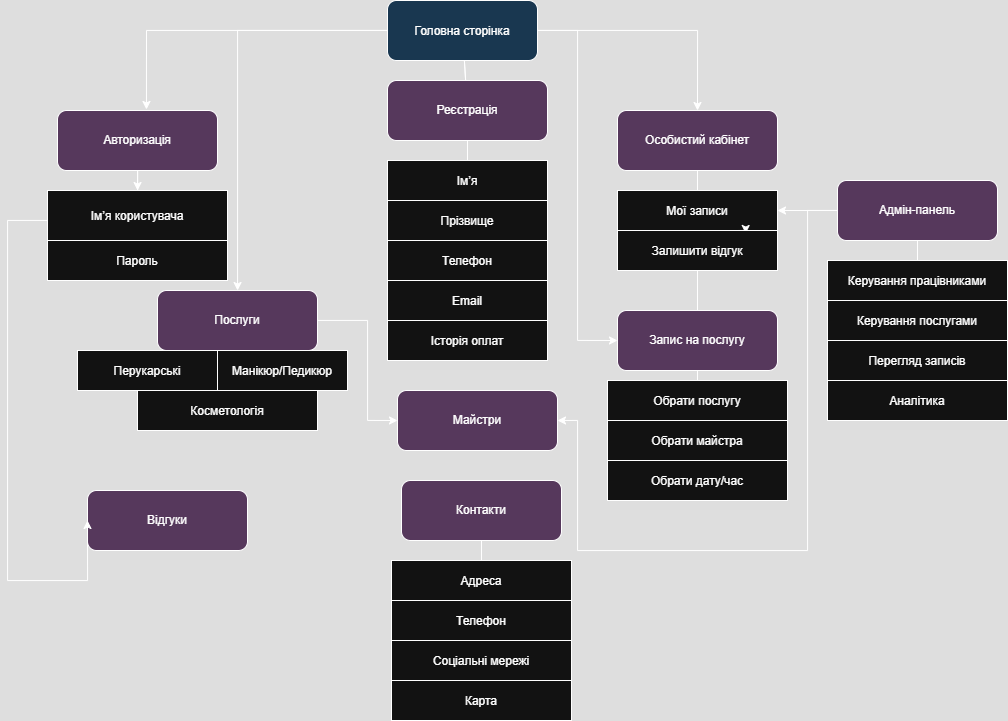
Above: salon_site_map_photo.drawio.png in MarychYulia/Information-system-for-a-beauty-salon. (draw.io), before the change. Source tidied: cells renumbered, new cells last; positions are measured from the earlier drawing's top-left corner, leaving out a move shared by most shapes.
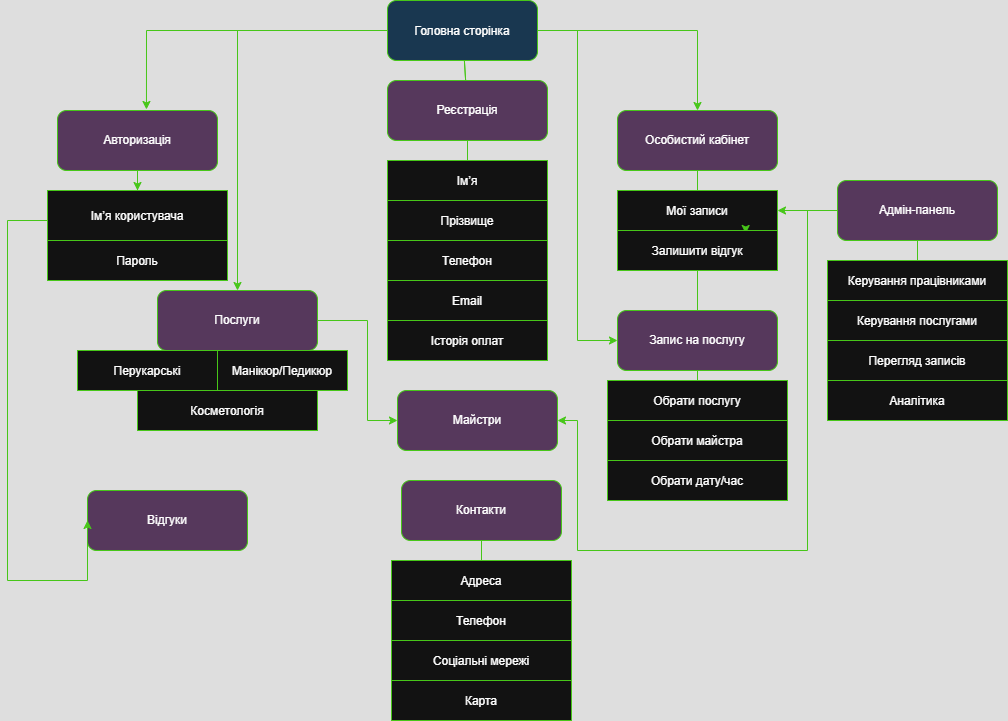
Later version of the same file.

What changed in the source:
```diff
@@ -2,22 +2,22 @@
   <root>
     <mxCell id="0" />
     <mxCell id="1" parent="0" />
-    <mxCell id="2" style="edgeStyle=orthogonalEdgeStyle;rounded=0;jettySize=auto;html=1;" parent="1" edge="1" source="6" target="8">
+    <mxCell id="2" style="edgeStyle=orthogonalEdgeStyle;rounded=0;jettySize=auto;html=1;strokeColor=light-dark(#000000,#47C619);" parent="1" edge="1" source="6" target="8">
       <mxGeometry relative="1" as="geometry" />
     </mxCell>
-    <mxCell id="3" style="edgeStyle=orthogonalEdgeStyle;rounded=0;jettySize=auto;html=1;entryX=0;entryY=0.5;entryDx=0;entryDy=0;" parent="1" edge="1" source="6" target="46">
+    <mxCell id="3" style="edgeStyle=orthogonalEdgeStyle;rounded=0;jettySize=auto;html=1;entryX=0;entryY=0.5;entryDx=0;entryDy=0;strokeColor=light-dark(#000000,#47C619);" parent="1" edge="1" source="6" target="46">
       <mxGeometry relative="1" as="geometry" />
     </mxCell>
-    <mxCell id="4" style="edgeStyle=orthogonalEdgeStyle;rounded=0;jettySize=auto;html=1;entryX=0.5;entryY=0;entryDx=0;entryDy=0;" parent="1" edge="1" source="6" target="14">
+    <mxCell id="4" style="edgeStyle=orthogonalEdgeStyle;rounded=0;jettySize=auto;html=1;entryX=0.5;entryY=0;entryDx=0;entryDy=0;strokeColor=light-dark(#000000,#47C619);" parent="1" edge="1" source="6" target="14">
       <mxGeometry relative="1" as="geometry" />
     </mxCell>
-    <mxCell id="5" style="edgeStyle=orthogonalEdgeStyle;rounded=0;jettySize=auto;html=1;entryX=0.556;entryY=-0.017;entryDx=0;entryDy=0;entryPerimeter=0;" parent="1" edge="1" source="6" target="12">
+    <mxCell id="5" style="edgeStyle=orthogonalEdgeStyle;rounded=0;jettySize=auto;html=1;entryX=0.556;entryY=-0.017;entryDx=0;entryDy=0;entryPerimeter=0;strokeColor=light-dark(#000000,#47C619);" parent="1" edge="1" source="6" target="12">
       <mxGeometry relative="1" as="geometry" />
     </mxCell>
-    <mxCell id="6" value="Головна сторінка" style="rounded=1;fillColor=#BBDEFB;" parent="1" vertex="1">
+    <mxCell id="6" value="Головна сторінка" style="rounded=1;fillColor=#BBDEFB;strokeColor=light-dark(#000000,#47C619);" parent="1" vertex="1">
       <mxGeometry x="380" width="150" height="60" as="geometry" />
     </mxCell>
-    <mxCell id="7" style="edgeStyle=orthogonalEdgeStyle;rounded=0;jettySize=auto;html=1;entryX=0;entryY=0.5;entryDx=0;entryDy=0;" parent="1" edge="1" source="8" target="9">
+    <mxCell id="7" style="edgeStyle=orthogonalEdgeStyle;rounded=0;jettySize=auto;html=1;entryX=0;entryY=0.5;entryDx=0;entryDy=0;strokeColor=light-dark(#000000,#47C619);" parent="1" edge="1" source="8" target="9">
       <mxGeometry relative="1" as="geometry">
         <Array as="points">
           <mxPoint x="360" y="320" />
@@ -25,28 +25,28 @@
         </Array>
       </mxGeometry>
     </mxCell>
-    <mxCell id="8" value="Послуги" style="rounded=1;whiteSpace=wrap;html=1;fillColor=#E1BEE7;" parent="1" vertex="1">
+    <mxCell id="8" value="Послуги" style="rounded=1;whiteSpace=wrap;html=1;fillColor=#E1BEE7;strokeColor=light-dark(#000000,#47C619);" parent="1" vertex="1">
       <mxGeometry x="150" y="290" width="160" height="60" as="geometry" />
     </mxCell>
-    <mxCell id="9" value="Майстри" style="rounded=1;whiteSpace=wrap;html=1;fillColor=#E1BEE7;" parent="1" vertex="1">
+    <mxCell id="9" value="Майстри" style="rounded=1;whiteSpace=wrap;html=1;fillColor=#E1BEE7;strokeColor=light-dark(#000000,#47C619);" parent="1" vertex="1">
       <mxGeometry x="390" y="390" width="160" height="60" as="geometry" />
     </mxCell>
-    <mxCell id="10" value="Відгуки" style="rounded=1;whiteSpace=wrap;html=1;fillColor=#E1BEE7;" parent="1" vertex="1">
+    <mxCell id="10" value="Відгуки" style="rounded=1;whiteSpace=wrap;html=1;fillColor=#E1BEE7;strokeColor=light-dark(#000000,#47C619);" parent="1" vertex="1">
       <mxGeometry x="80" y="490" width="160" height="60" as="geometry" />
     </mxCell>
-    <mxCell id="11" style="edgeStyle=orthogonalEdgeStyle;rounded=0;jettySize=auto;html=1;" parent="1" edge="1" source="12" target="50">
+    <mxCell id="11" style="edgeStyle=orthogonalEdgeStyle;rounded=0;jettySize=auto;html=1;strokeColor=light-dark(#000000,#47C619);" parent="1" edge="1" source="12" target="50">
       <mxGeometry relative="1" as="geometry" />
     </mxCell>
-    <mxCell id="12" value="Авторизація" style="rounded=1;whiteSpace=wrap;html=1;fillColor=#E1BEE7;" parent="1" vertex="1">
+    <mxCell id="12" value="Авторизація" style="rounded=1;whiteSpace=wrap;html=1;fillColor=#E1BEE7;strokeColor=light-dark(#000000,#47C619);" parent="1" vertex="1">
       <mxGeometry x="50" y="110" width="160" height="60" as="geometry" />
     </mxCell>
-    <mxCell id="13" style="endArrow=none;" parent="1" edge="1" source="6" target="52">
+    <mxCell id="13" style="endArrow=none;strokeColor=light-dark(#000000,#47C619);" parent="1" edge="1" source="6" target="52">
       <mxGeometry relative="1" as="geometry" />
     </mxCell>
-    <mxCell id="14" value="Особистий кабінет" style="rounded=1;whiteSpace=wrap;html=1;fillColor=#E1BEE7;" parent="1" vertex="1">
+    <mxCell id="14" value="Особистий кабінет" style="rounded=1;whiteSpace=wrap;html=1;fillColor=#E1BEE7;strokeColor=light-dark(#000000,#47C619);" parent="1" vertex="1">
       <mxGeometry x="610" y="110" width="160" height="60" as="geometry" />
     </mxCell>
-    <mxCell id="15" style="edgeStyle=orthogonalEdgeStyle;rounded=0;jettySize=auto;html=1;entryX=1;entryY=0.5;entryDx=0;entryDy=0;" parent="1" edge="1" source="17" target="9">
+    <mxCell id="15" style="edgeStyle=orthogonalEdgeStyle;rounded=0;jettySize=auto;html=1;entryX=1;entryY=0.5;entryDx=0;entryDy=0;strokeColor=light-dark(#000000,#47C619);" parent="1" edge="1" source="17" target="9">
       <mxGeometry relative="1" as="geometry">
         <Array as="points">
           <mxPoint x="800" y="210" />
@@ -56,106 +56,106 @@
         </Array>
       </mxGeometry>
     </mxCell>
-    <mxCell id="16" style="edgeStyle=orthogonalEdgeStyle;rounded=0;jettySize=auto;html=1;entryX=1;entryY=0.5;entryDx=0;entryDy=0;" parent="1" edge="1" source="17" target="48">
+    <mxCell id="16" style="edgeStyle=orthogonalEdgeStyle;rounded=0;jettySize=auto;html=1;entryX=1;entryY=0.5;entryDx=0;entryDy=0;strokeColor=light-dark(#000000,#47C619);" parent="1" edge="1" source="17" target="48">
       <mxGeometry relative="1" as="geometry" />
     </mxCell>
-    <mxCell id="17" value="Адмін-панель" style="rounded=1;whiteSpace=wrap;html=1;fillColor=#E1BEE7;" parent="1" vertex="1">
+    <mxCell id="17" value="Адмін-панель" style="rounded=1;whiteSpace=wrap;html=1;fillColor=#E1BEE7;strokeColor=light-dark(#000000,#47C619);" parent="1" vertex="1">
       <mxGeometry x="830" y="180" width="160" height="60" as="geometry" />
     </mxCell>
-    <mxCell id="18" value="Контакти" style="rounded=1;whiteSpace=wrap;html=1;fillColor=#E1BEE7;" parent="1" vertex="1">
+    <mxCell id="18" value="Контакти" style="rounded=1;whiteSpace=wrap;html=1;fillColor=#E1BEE7;strokeColor=light-dark(#000000,#47C619);" parent="1" vertex="1">
       <mxGeometry x="394" y="480" width="160" height="60" as="geometry" />
     </mxCell>
-    <mxCell id="19" value="Перукарські" style="rounded=0;fillColor=#FFFFFF;" parent="1" vertex="1">
+    <mxCell id="19" value="Перукарські" style="rounded=0;fillColor=#FFFFFF;strokeColor=light-dark(#000000,#47C619);" parent="1" vertex="1">
       <mxGeometry x="70" y="350" width="140" height="40" as="geometry" />
     </mxCell>
-    <mxCell id="20" style="endArrow=none;" parent="1" edge="1" source="8" target="19">
+    <mxCell id="20" style="endArrow=none;strokeColor=light-dark(#000000,#47C619);" parent="1" edge="1" source="8" target="19">
       <mxGeometry relative="1" as="geometry" />
     </mxCell>
-    <mxCell id="21" value="Манікюр/Педикюр" style="rounded=0;fillColor=#FFFFFF;" parent="1" vertex="1">
+    <mxCell id="21" value="Манікюр/Педикюр" style="rounded=0;fillColor=#FFFFFF;strokeColor=light-dark(#000000,#47C619);" parent="1" vertex="1">
       <mxGeometry x="210" y="350" width="130" height="40" as="geometry" />
     </mxCell>
-    <mxCell id="22" style="endArrow=none;" parent="1" edge="1" source="8" target="21">
+    <mxCell id="22" style="endArrow=none;strokeColor=light-dark(#000000,#47C619);" parent="1" edge="1" source="8" target="21">
       <mxGeometry relative="1" as="geometry" />
     </mxCell>
-    <mxCell id="23" value="Косметологія" style="rounded=0;fillColor=#FFFFFF;" parent="1" vertex="1">
+    <mxCell id="23" value="Косметологія" style="rounded=0;fillColor=#FFFFFF;strokeColor=light-dark(#000000,#47C619);" parent="1" vertex="1">
       <mxGeometry x="130" y="390" width="180" height="40" as="geometry" />
     </mxCell>
-    <mxCell id="24" value="Обрати послугу" style="rounded=0;fillColor=#FFFFFF;" parent="1" vertex="1">
+    <mxCell id="24" value="Обрати послугу" style="rounded=0;fillColor=#FFFFFF;strokeColor=light-dark(#000000,#47C619);" parent="1" vertex="1">
       <mxGeometry x="600" y="380" width="180" height="40" as="geometry" />
     </mxCell>
-    <mxCell id="25" style="endArrow=none;" parent="1" edge="1" source="46" target="24">
+    <mxCell id="25" style="endArrow=none;strokeColor=light-dark(#000000,#47C619);" parent="1" edge="1" source="46" target="24">
       <mxGeometry relative="1" as="geometry" />
     </mxCell>
-    <mxCell id="26" value="Обрати майстра" style="rounded=0;fillColor=#FFFFFF;" parent="1" vertex="1">
+    <mxCell id="26" value="Обрати майстра" style="rounded=0;fillColor=#FFFFFF;strokeColor=light-dark(#000000,#47C619);" parent="1" vertex="1">
       <mxGeometry x="600" y="420" width="180" height="40" as="geometry" />
     </mxCell>
-    <mxCell id="27" value="Обрати дату/час" style="rounded=0;fillColor=#FFFFFF;" parent="1" vertex="1">
+    <mxCell id="27" value="Обрати дату/час" style="rounded=0;fillColor=#FFFFFF;strokeColor=light-dark(#000000,#47C619);" parent="1" vertex="1">
       <mxGeometry x="600" y="460" width="180" height="40" as="geometry" />
     </mxCell>
-    <mxCell id="28" value="Пароль" style="rounded=0;fillColor=#FFFFFF;" parent="1" vertex="1">
+    <mxCell id="28" value="Пароль" style="rounded=0;fillColor=#FFFFFF;strokeColor=light-dark(#000000,#47C619);" parent="1" vertex="1">
       <mxGeometry x="40" y="240" width="180" height="40" as="geometry" />
     </mxCell>
-    <mxCell id="29" value="Ім’я" style="rounded=0;fillColor=#FFFFFF;" parent="1" vertex="1">
+    <mxCell id="29" value="Ім’я" style="rounded=0;fillColor=#FFFFFF;strokeColor=light-dark(#000000,#47C619);" parent="1" vertex="1">
       <mxGeometry x="380" y="160" width="160" height="40" as="geometry" />
     </mxCell>
-    <mxCell id="30" style="endArrow=none;" parent="1" edge="1" source="52" target="29">
+    <mxCell id="30" style="endArrow=none;strokeColor=light-dark(#000000,#47C619);" parent="1" edge="1" source="52" target="29">
       <mxGeometry relative="1" as="geometry" />
     </mxCell>
-    <mxCell id="31" value="Прізвище" style="rounded=0;fillColor=#FFFFFF;" parent="1" vertex="1">
+    <mxCell id="31" value="Прізвище" style="rounded=0;fillColor=#FFFFFF;strokeColor=light-dark(#000000,#47C619);" parent="1" vertex="1">
       <mxGeometry x="380" y="200" width="160" height="40" as="geometry" />
     </mxCell>
-    <mxCell id="32" value="Телефон" style="rounded=0;fillColor=#FFFFFF;" parent="1" vertex="1">
+    <mxCell id="32" value="Телефон" style="rounded=0;fillColor=#FFFFFF;strokeColor=light-dark(#000000,#47C619);" parent="1" vertex="1">
       <mxGeometry x="380" y="240" width="160" height="40" as="geometry" />
     </mxCell>
-    <mxCell id="33" value="Email" style="rounded=0;fillColor=#FFFFFF;" parent="1" vertex="1">
+    <mxCell id="33" value="Email" style="rounded=0;fillColor=#FFFFFF;strokeColor=light-dark(#000000,#47C619);" parent="1" vertex="1">
       <mxGeometry x="380" y="280" width="160" height="40" as="geometry" />
     </mxCell>
-    <mxCell id="34" style="endArrow=none;" parent="1" edge="1" source="14" target="48">
+    <mxCell id="34" style="endArrow=none;strokeColor=light-dark(#000000,#47C619);" parent="1" edge="1" source="14" target="48">
       <mxGeometry relative="1" as="geometry" />
     </mxCell>
-    <mxCell id="35" value="Історія оплат" style="rounded=0;fillColor=#FFFFFF;" parent="1" vertex="1">
+    <mxCell id="35" value="Історія оплат" style="rounded=0;fillColor=#FFFFFF;strokeColor=light-dark(#000000,#47C619);" parent="1" vertex="1">
       <mxGeometry x="380" y="320" width="160" height="40" as="geometry" />
     </mxCell>
-    <mxCell id="36" value="Керування працівниками" style="rounded=0;fillColor=#FFFFFF;" parent="1" vertex="1">
+    <mxCell id="36" value="Керування працівниками" style="rounded=0;fillColor=#FFFFFF;strokeColor=light-dark(#000000,#47C619);" parent="1" vertex="1">
       <mxGeometry x="820" y="260" width="180" height="40" as="geometry" />
     </mxCell>
-    <mxCell id="37" style="endArrow=none;" parent="1" edge="1" source="17" target="36">
+    <mxCell id="37" style="endArrow=none;strokeColor=light-dark(#000000,#47C619);" parent="1" edge="1" source="17" target="36">
       <mxGeometry relative="1" as="geometry" />
     </mxCell>
-    <mxCell id="38" value="Керування послугами" style="rounded=0;fillColor=#FFFFFF;" parent="1" vertex="1">
+    <mxCell id="38" value="Керування послугами" style="rounded=0;fillColor=#FFFFFF;strokeColor=light-dark(#000000,#47C619);" parent="1" vertex="1">
       <mxGeometry x="820" y="300" width="180" height="40" as="geometry" />
     </mxCell>
-    <mxCell id="39" value="Перегляд записів" style="rounded=0;fillColor=#FFFFFF;" parent="1" vertex="1">
+    <mxCell id="39" value="Перегляд записів" style="rounded=0;fillColor=#FFFFFF;strokeColor=light-dark(#000000,#47C619);" parent="1" vertex="1">
       <mxGeometry x="820" y="340" width="180" height="40" as="geometry" />
     </mxCell>
-    <mxCell id="40" value="Аналітика" style="rounded=0;fillColor=#FFFFFF;" parent="1" vertex="1">
+    <mxCell id="40" value="Аналітика" style="rounded=0;fillColor=#FFFFFF;strokeColor=light-dark(#000000,#47C619);" parent="1" vertex="1">
       <mxGeometry x="820" y="380" width="180" height="40" as="geometry" />
     </mxCell>
-    <mxCell id="41" value="Адреса" style="rounded=0;fillColor=#FFFFFF;" parent="1" vertex="1">
+    <mxCell id="41" value="Адреса" style="rounded=0;fillColor=#FFFFFF;strokeColor=light-dark(#000000,#47C619);" parent="1" vertex="1">
       <mxGeometry x="384" y="560" width="180" height="40" as="geometry" />
     </mxCell>
-    <mxCell id="42" style="endArrow=none;" parent="1" edge="1" source="18" target="41">
+    <mxCell id="42" style="endArrow=none;strokeColor=light-dark(#000000,#47C619);" parent="1" edge="1" source="18" target="41">
       <mxGeometry relative="1" as="geometry" />
     </mxCell>
-    <mxCell id="43" value="Телефон" style="rounded=0;fillColor=#FFFFFF;" parent="1" vertex="1">
+    <mxCell id="43" value="Телефон" style="rounded=0;fillColor=#FFFFFF;strokeColor=light-dark(#000000,#47C619);" parent="1" vertex="1">
       <mxGeometry x="384" y="600" width="180" height="40" as="geometry" />
     </mxCell>
-    <mxCell id="44" value="Соціальні мережі" style="rounded=0;fillColor=#FFFFFF;" parent="1" vertex="1">
+    <mxCell id="44" value="Соціальні мережі" style="rounded=0;fillColor=#FFFFFF;strokeColor=light-dark(#000000,#47C619);" parent="1" vertex="1">
       <mxGeometry x="384" y="640" width="180" height="40" as="geometry" />
     </mxCell>
-    <mxCell id="45" value="Карта" style="rounded=0;fillColor=#FFFFFF;" parent="1" vertex="1">
+    <mxCell id="45" value="Карта" style="rounded=0;fillColor=#FFFFFF;strokeColor=light-dark(#000000,#47C619);" parent="1" vertex="1">
       <mxGeometry x="384" y="680" width="180" height="40" as="geometry" />
     </mxCell>
-    <mxCell id="46" value="Запис на послугу" style="rounded=1;whiteSpace=wrap;html=1;fillColor=#E1BEE7;" parent="1" vertex="1">
+    <mxCell id="46" value="Запис на послугу" style="rounded=1;whiteSpace=wrap;html=1;fillColor=#E1BEE7;strokeColor=light-dark(#000000,#47C619);" parent="1" vertex="1">
       <mxGeometry x="610" y="310" width="160" height="60" as="geometry" />
     </mxCell>
-    <mxCell id="47" style="endArrow=none;" parent="1" edge="1" source="56" target="48">
+    <mxCell id="47" style="endArrow=none;strokeColor=light-dark(#000000,#47C619);" parent="1" edge="1" source="56" target="48">
       <mxGeometry relative="1" as="geometry" />
     </mxCell>
-    <mxCell id="48" value="Мої записи" style="rounded=0;fillColor=#FFFFFF;" parent="1" vertex="1">
+    <mxCell id="48" value="Мої записи" style="rounded=0;fillColor=#FFFFFF;strokeColor=light-dark(#000000,#47C619);" parent="1" vertex="1">
       <mxGeometry x="610" y="190" width="160" height="40" as="geometry" />
     </mxCell>
-    <mxCell id="49" style="edgeStyle=orthogonalEdgeStyle;rounded=0;jettySize=auto;html=1;entryX=0;entryY=0.5;entryDx=0;entryDy=0;" parent="1" edge="1" source="50" target="10">
+    <mxCell id="49" style="edgeStyle=orthogonalEdgeStyle;rounded=0;jettySize=auto;html=1;entryX=0;entryY=0.5;entryDx=0;entryDy=0;strokeColor=light-dark(#000000,#47C619);" parent="1" edge="1" source="50" target="10">
       <mxGeometry relative="1" as="geometry">
         <Array as="points">
           <mxPoint y="220" />
@@ -163,25 +163,25 @@
         </Array>
       </mxGeometry>
     </mxCell>
-    <mxCell id="50" value="Ім’я користувача" style="rounded=0;fillColor=#FFFFFF;" parent="1" vertex="1">
+    <mxCell id="50" value="Ім’я користувача" style="rounded=0;fillColor=#FFFFFF;strokeColor=light-dark(#000000,#47C619);" parent="1" vertex="1">
       <mxGeometry x="40" y="190" width="180" height="50" as="geometry" />
     </mxCell>
-    <mxCell id="51" style="endArrow=none;" parent="1" edge="1" source="6" target="52">
+    <mxCell id="51" style="endArrow=none;strokeColor=light-dark(#000000,#47C619);" parent="1" edge="1" source="6" target="52">
       <mxGeometry relative="1" as="geometry" />
     </mxCell>
-    <mxCell id="52" value="Реєстрація" style="rounded=1;whiteSpace=wrap;html=1;fillColor=#E1BEE7;" parent="1" vertex="1">
+    <mxCell id="52" value="Реєстрація" style="rounded=1;whiteSpace=wrap;html=1;fillColor=#E1BEE7;strokeColor=light-dark(#000000,#47C619);" parent="1" vertex="1">
       <mxGeometry x="380" y="80" width="160" height="60" as="geometry" />
     </mxCell>
-    <mxCell id="53" style="edgeStyle=orthogonalEdgeStyle;rounded=0;orthogonalLoop=1;jettySize=auto;html=1;exitX=0.5;exitY=1;exitDx=0;exitDy=0;" parent="1" edge="1" source="9" target="9">
+    <mxCell id="53" style="edgeStyle=orthogonalEdgeStyle;rounded=0;orthogonalLoop=1;jettySize=auto;html=1;exitX=0.5;exitY=1;exitDx=0;exitDy=0;strokeColor=light-dark(#000000,#47C619);" parent="1" edge="1" source="9" target="9">
       <mxGeometry relative="1" as="geometry" />
     </mxCell>
-    <mxCell id="54" style="edgeStyle=orthogonalEdgeStyle;rounded=0;orthogonalLoop=1;jettySize=auto;html=1;exitX=0.75;exitY=1;exitDx=0;exitDy=0;entryX=0.801;entryY=1.075;entryDx=0;entryDy=0;entryPerimeter=0;" parent="1" edge="1" source="48" target="48">
+    <mxCell id="54" style="edgeStyle=orthogonalEdgeStyle;rounded=0;orthogonalLoop=1;jettySize=auto;html=1;exitX=0.75;exitY=1;exitDx=0;exitDy=0;entryX=0.801;entryY=1.075;entryDx=0;entryDy=0;entryPerimeter=0;strokeColor=light-dark(#000000,#47C619);" parent="1" edge="1" source="48" target="48">
       <mxGeometry relative="1" as="geometry" />
     </mxCell>
-    <mxCell id="55" style="endArrow=none;" parent="1" edge="1" source="46" target="56">
+    <mxCell id="55" style="endArrow=none;strokeColor=light-dark(#000000,#47C619);" parent="1" edge="1" source="46" target="56">
       <mxGeometry relative="1" as="geometry" />
     </mxCell>
-    <mxCell id="56" value="Залишити відгук" style="rounded=0;fillColor=#FFFFFF;" parent="1" vertex="1">
+    <mxCell id="56" value="Залишити відгук" style="rounded=0;fillColor=#FFFFFF;strokeColor=light-dark(#000000,#47C619);" parent="1" vertex="1">
       <mxGeometry x="610" y="230" width="160" height="40" as="geometry" />
     </mxCell>
   </root>
```
